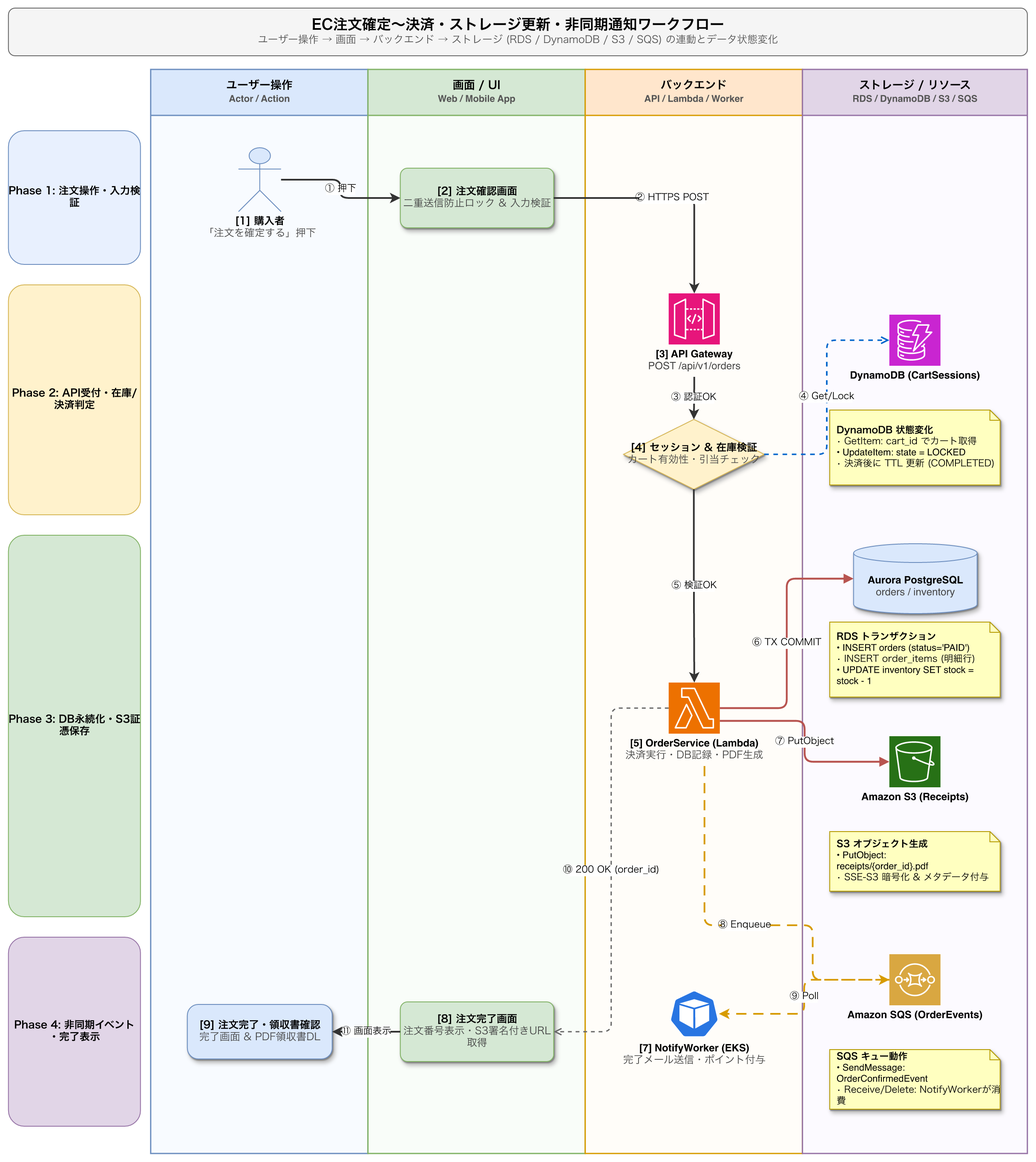
Earlier version of the draw.io export examples/output/order-checkout-workflow-vertical.drawio.png (NagasakaH/drawio-workflow-skill). Source tidied: cells renumbered, new cells last; positions are measured from the earlier drawing's top-left corner, leaving out a move shared by most shapes.
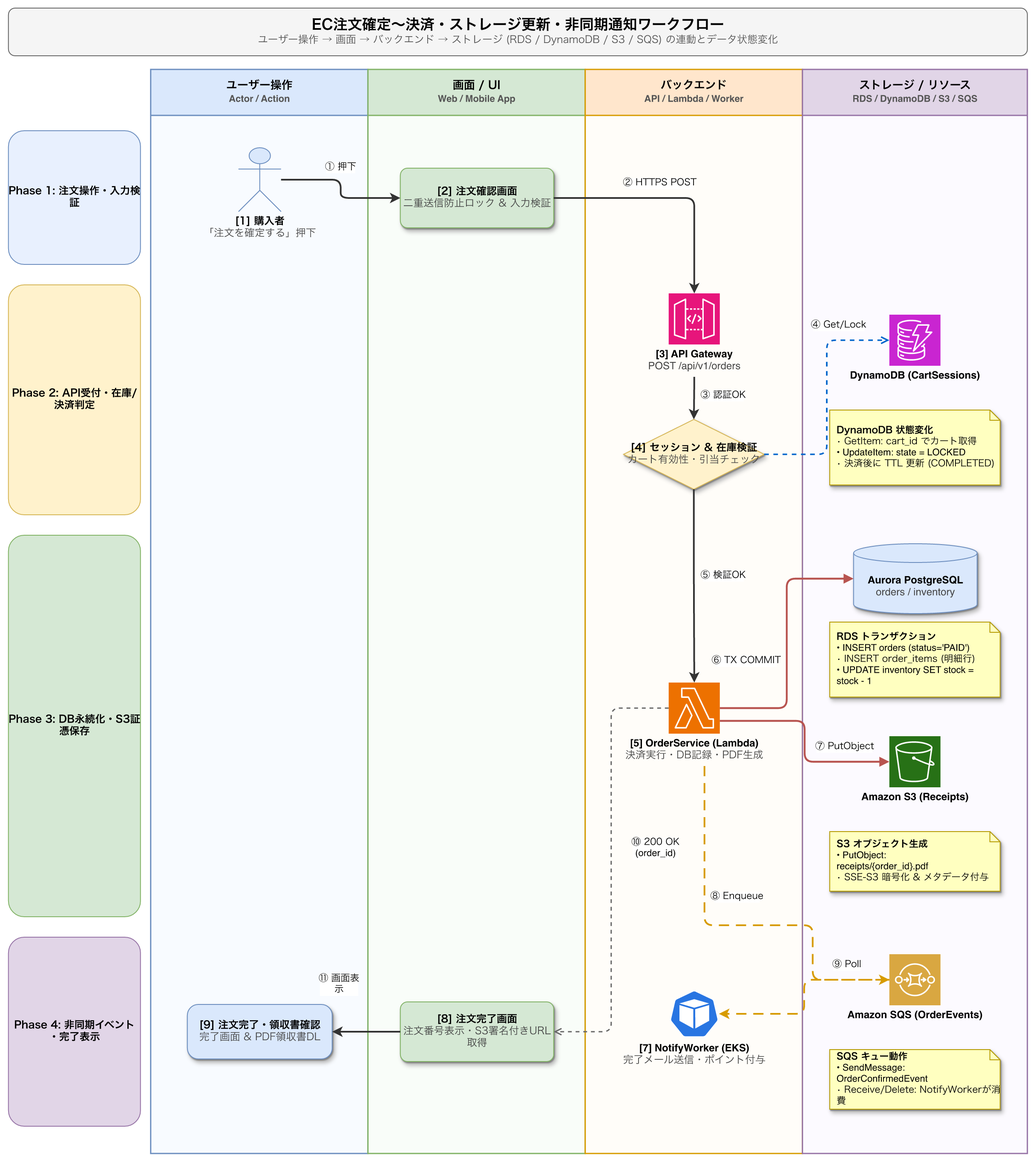
After the change.

What changed in the source:
```diff
@@ -77,28 +77,63 @@
     <mxCell id="26" value="&lt;b&gt;SQS キュー動作&lt;/b&gt;&lt;br&gt;• SendMessage: OrderConfirmedEvent&lt;br&gt;• Receive/Delete: NotifyWorkerが消費" style="shape=note;whiteSpace=wrap;html=1;backgroundOutline=1;size=12;fillColor=#ffffc0;strokeColor=#b59b00;fontSize=11;align=left;spacingLeft=6;shadow=1;" parent="10" vertex="1">
       <mxGeometry x="32" y="1151" width="200" height="70" as="geometry" />
     </mxCell>
-    <mxCell id="27" value="① 押下" style="edgeStyle=orthogonalEdgeStyle;rounded=1;jettySize=auto;html=1;endArrow=classic;strokeWidth=2;strokeColor=#333333;exitX=1;exitY=0.5;entryX=0;entryY=0.5;" parent="1" edge="1" source="11" target="13">
+    <mxCell id="27" style="edgeStyle=orthogonalEdgeStyle;rounded=1;jettySize=auto;html=1;endArrow=classic;strokeWidth=2;strokeColor=#333333;exitX=1;exitY=0.5;entryX=0;entryY=0.5;" parent="1" edge="1" source="11" target="13">
       <mxGeometry relative="1" as="geometry" />
     </mxCell>
+    <mxCell id="38" value="① 押下" style="edgeLabel;html=1;whiteSpace=wrap;align=center;verticalAlign=middle;labelBackgroundColor=#ffffff;fontSize=11;" parent="27" vertex="1">
+      <mxGeometry x="-0.1" width="40" height="21" relative="1" as="geometry">
+        <mxPoint x="-20" y="-28" as="offset" />
+      </mxGeometry>
+    </mxCell>
-    <mxCell id="28" value="② HTTPS POST" style="edgeStyle=orthogonalEdgeStyle;rounded=1;jettySize=auto;html=1;endArrow=classic;strokeWidth=2;strokeColor=#333333;exitX=1;exitY=0.5;entryX=0.5;entryY=0;" parent="1" edge="1" source="13" target="15">
+    <mxCell id="28" style="edgeStyle=orthogonalEdgeStyle;rounded=1;jettySize=auto;html=1;endArrow=classic;strokeWidth=2;strokeColor=#333333;exitX=1;exitY=0.5;entryX=0.5;entryY=0;" parent="1" edge="1" source="13" target="15">
       <mxGeometry relative="1" as="geometry" />
     </mxCell>
+    <mxCell id="39" value="② HTTPS POST" style="edgeLabel;html=1;whiteSpace=wrap;align=center;verticalAlign=middle;labelBackgroundColor=#ffffff;fontSize=11;" parent="28" vertex="1">
+      <mxGeometry x="-0.1" width="83" height="21" relative="1" as="geometry">
+        <mxPoint x="-42" y="-28" as="offset" />
+      </mxGeometry>
+    </mxCell>
-    <mxCell id="29" value="③ 認証OK" style="edgeStyle=orthogonalEdgeStyle;rounded=1;jettySize=auto;html=1;endArrow=classic;strokeWidth=2;strokeColor=#333333;exitX=0.5;exitY=1;exitDx=0;exitDy=38;exitPerimeter=0;entryX=0.5;entryY=0;" parent="1" edge="1" source="15" target="16">
+    <mxCell id="29" style="edgeStyle=orthogonalEdgeStyle;rounded=1;jettySize=auto;html=1;endArrow=classic;strokeWidth=2;strokeColor=#333333;exitX=0.5;exitY=1;exitDx=0;exitDy=38;exitPerimeter=0;entryX=0.5;entryY=0;" parent="1" edge="1" source="15" target="16">
       <mxGeometry relative="1" as="geometry" />
     </mxCell>
+    <mxCell id="40" value="③ 認証OK" style="edgeLabel;html=1;whiteSpace=wrap;align=center;verticalAlign=middle;labelBackgroundColor=#ffffff;fontSize=11;" parent="29" vertex="1">
+      <mxGeometry x="-0.1" width="49" height="21" relative="1" as="geometry">
+        <mxPoint x="10" y="-11" as="offset" />
+      </mxGeometry>
+    </mxCell>
-    <mxCell id="30" value="④ Get/Lock" style="edgeStyle=orthogonalEdgeStyle;rounded=1;jettySize=auto;dashed=1;html=1;endArrow=open;endFill=0;strokeWidth=1.8;strokeColor=#0066CC;exitX=1;exitY=0.5;entryX=0;entryY=0.5;" parent="1" edge="1" source="16" target="19">
+    <mxCell id="30" style="edgeStyle=orthogonalEdgeStyle;rounded=1;jettySize=auto;dashed=1;html=1;endArrow=open;endFill=0;strokeWidth=1.8;strokeColor=#0066CC;exitX=1;exitY=0.5;entryX=0;entryY=0.5;" parent="1" edge="1" source="16" target="19">
       <mxGeometry relative="1" as="geometry" />
     </mxCell>
+    <mxCell id="41" value="④ Get/Lock" style="edgeLabel;html=1;whiteSpace=wrap;align=center;verticalAlign=middle;labelBackgroundColor=#ffffff;fontSize=11;" parent="30" vertex="1">
+      <mxGeometry x="0.58" width="63" height="21" relative="1" as="geometry">
+        <mxPoint x="-32" y="-28" as="offset" />
+      </mxGeometry>
+    </mxCell>
-    <mxCell id="31" value="⑤ 検証OK" style="edgeStyle=orthogonalEdgeStyle;rounded=1;jettySize=auto;html=1;endArrow=classic;strokeWidth=2;strokeColor=#333333;exitX=0.5;exitY=1;entryX=0.5;entryY=0;" parent="1" edge="1" source="16" target="17">
+    <mxCell id="31" style="edgeStyle=orthogonalEdgeStyle;rounded=1;jettySize=auto;html=1;endArrow=classic;strokeWidth=2;strokeColor=#333333;exitX=0.5;exitY=1;entryX=0.5;entryY=0;" parent="1" edge="1" source="16" target="17">
       <mxGeometry relative="1" as="geometry" />
     </mxCell>
+    <mxCell id="42" value="⑤ 検証OK" style="edgeLabel;html=1;whiteSpace=wrap;align=center;verticalAlign=middle;labelBackgroundColor=#ffffff;fontSize=11;" parent="31" vertex="1">
+      <mxGeometry x="-0.1" width="49" height="21" relative="1" as="geometry">
+        <mxPoint x="10" y="-11" as="offset" />
+      </mxGeometry>
+    </mxCell>
-    <mxCell id="32" value="⑥ TX COMMIT" style="edgeStyle=orthogonalEdgeStyle;rounded=1;jettySize=auto;html=1;endArrow=block;endFill=1;strokeWidth=2.2;strokeColor=#b85450;exitX=1;exitY=0.5;entryX=0;entryY=0.5;" parent="1" edge="1" source="17" target="20">
+    <mxCell id="32" style="edgeStyle=orthogonalEdgeStyle;rounded=1;jettySize=auto;html=1;endArrow=block;endFill=1;strokeWidth=2.2;strokeColor=#b85450;exitX=1;exitY=0.5;entryX=0;entryY=0.5;" parent="1" edge="1" source="17" target="20">
       <mxGeometry relative="1" as="geometry" />
     </mxCell>
+    <mxCell id="43" value="⑥ TX COMMIT" style="edgeLabel;html=1;whiteSpace=wrap;align=center;verticalAlign=middle;labelBackgroundColor=#ffffff;fontSize=11;" parent="32" vertex="1">
+      <mxGeometry x="-0.8" width="76" height="21" relative="1" as="geometry">
+        <mxPoint x="-38" y="-66" as="offset" />
+      </mxGeometry>
+    </mxCell>
-    <mxCell id="33" value="⑦ PutObject" style="edgeStyle=orthogonalEdgeStyle;rounded=1;jettySize=auto;html=1;endArrow=block;endFill=1;strokeWidth=2.2;strokeColor=#b85450;exitX=1;exitY=0.75;entryX=0;entryY=0.5;" parent="1" edge="1" source="17" target="21">
+    <mxCell id="33" style="edgeStyle=orthogonalEdgeStyle;rounded=1;jettySize=auto;html=1;endArrow=block;endFill=1;strokeWidth=2.2;strokeColor=#b85450;exitX=1;exitY=0.75;entryX=0;entryY=0.5;" parent="1" edge="1" source="17" target="21">
       <mxGeometry relative="1" as="geometry" />
     </mxCell>
+    <mxCell id="44" value="⑦ PutObject" style="edgeLabel;html=1;whiteSpace=wrap;align=center;verticalAlign=middle;labelBackgroundColor=#ffffff;fontSize=11;" parent="33" vertex="1">
+      <mxGeometry x="0.58" width="69" height="21" relative="1" as="geometry">
+        <mxPoint x="-35" y="-28" as="offset" />
+      </mxGeometry>
+    </mxCell>
-    <mxCell id="34" value="⑧ Enqueue" style="edgeStyle=orthogonalEdgeStyle;rounded=1;jettySize=auto;dashed=1;dashPattern=6 4;html=1;endArrow=classic;strokeWidth=2;strokeColor=#d79b00;exitX=0.7;exitY=1;exitDx=0;exitDy=38;exitPerimeter=0;entryX=0;entryY=0.5;" parent="1" edge="1" source="17" target="22">
+    <mxCell id="34" style="edgeStyle=orthogonalEdgeStyle;rounded=1;jettySize=auto;dashed=1;dashPattern=6 4;html=1;endArrow=classic;strokeWidth=2;strokeColor=#d79b00;exitX=0.7;exitY=1;exitDx=0;exitDy=38;exitPerimeter=0;entryX=0;entryY=0.5;" parent="1" edge="1" source="17" target="22">
       <mxGeometry relative="1" as="geometry">
         <Array as="points">
           <mxPoint x="817" y="1077" />
@@ -107,14 +142,34 @@
         </Array>
       </mxGeometry>
     </mxCell>
+    <mxCell id="45" value="⑧ Enqueue" style="edgeLabel;html=1;whiteSpace=wrap;align=center;verticalAlign=middle;labelBackgroundColor=#ffffff;fontSize=11;" parent="34" vertex="1">
+      <mxGeometry x="-0.34" width="56" height="21" relative="1" as="geometry">
+        <mxPoint x="10" y="-11" as="offset" />
+      </mxGeometry>
+    </mxCell>
-    <mxCell id="35" value="⑨ Poll" style="edgeStyle=orthogonalEdgeStyle;rounded=1;jettySize=auto;dashed=1;dashPattern=6 4;html=1;endArrow=classic;strokeWidth=2;strokeColor=#d79b00;exitX=0;exitY=0.5;entryX=1;entryY=0.5;" parent="1" edge="1" source="22" target="18">
+    <mxCell id="35" style="edgeStyle=orthogonalEdgeStyle;rounded=1;jettySize=auto;dashed=1;dashPattern=6 4;html=1;endArrow=classic;strokeWidth=2;strokeColor=#d79b00;exitX=0;exitY=0.5;entryX=1;entryY=0.5;" parent="1" edge="1" source="22" target="18">
       <mxGeometry relative="1" as="geometry" />
     </mxCell>
+    <mxCell id="46" value="⑨ Poll" style="edgeLabel;html=1;whiteSpace=wrap;align=center;verticalAlign=middle;labelBackgroundColor=#ffffff;fontSize=11;" parent="35" vertex="1">
+      <mxGeometry x="-0.58" width="40" height="21" relative="1" as="geometry">
+        <mxPoint x="-20" y="-28" as="offset" />
+      </mxGeometry>
+    </mxCell>
-    <mxCell id="36" value="⑩ 200 OK (order_id)" style="edgeStyle=orthogonalEdgeStyle;rounded=1;jettySize=auto;dashed=1;html=1;endArrow=open;strokeWidth=1.5;strokeColor=#666666;exitX=0;exitY=0.5;entryX=1;entryY=0.5;" parent="1" edge="1" source="17" target="14">
+    <mxCell id="36" style="edgeStyle=orthogonalEdgeStyle;rounded=1;jettySize=auto;dashed=1;html=1;endArrow=open;strokeWidth=1.5;strokeColor=#666666;exitX=0;exitY=0.5;entryX=1;entryY=0.5;" parent="1" edge="1" source="17" target="14">
       <mxGeometry relative="1" as="geometry" />
     </mxCell>
+    <mxCell id="47" value="⑩ 200 OK (order_id)" style="edgeLabel;html=1;whiteSpace=wrap;align=center;verticalAlign=middle;labelBackgroundColor=#ffffff;fontSize=11;" parent="36" vertex="1">
+      <mxGeometry x="-0.1" width="84" height="36" relative="1" as="geometry">
+        <mxPoint x="10" y="-18" as="offset" />
+      </mxGeometry>
+    </mxCell>
-    <mxCell id="37" value="⑪ 画面表示" style="edgeStyle=orthogonalEdgeStyle;rounded=1;jettySize=auto;html=1;endArrow=classic;strokeWidth=2;strokeColor=#333333;exitX=0;exitY=0.5;entryX=1;entryY=0.5;" parent="1" edge="1" source="14" target="12">
+    <mxCell id="37" style="edgeStyle=orthogonalEdgeStyle;rounded=1;jettySize=auto;html=1;endArrow=classic;strokeWidth=2;strokeColor=#333333;exitX=0;exitY=0.5;entryX=1;entryY=0.5;" parent="1" edge="1" source="14" target="12">
       <mxGeometry relative="1" as="geometry" />
     </mxCell>
+    <mxCell id="48" value="⑪ 画面表示" style="edgeLabel;html=1;whiteSpace=wrap;align=center;verticalAlign=middle;labelBackgroundColor=#ffffff;fontSize=11;" parent="37" vertex="1">
+      <mxGeometry x="0.8" width="56" height="21" relative="1" as="geometry">
+        <mxPoint x="-28" y="-66" as="offset" />
+      </mxGeometry>
+    </mxCell>
   </root>
 </mxGraphModel>
```
